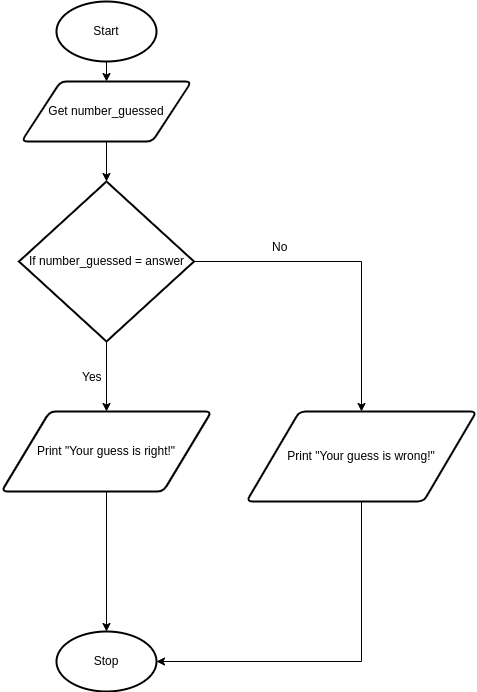
Yiyun-Qin/ICS3U-Unit3-02-Python keeps this draw.io diagram as design.number_guess.flowchart.png. Above is the earlier version. Source tidied: cells renumbered, new cells last; positions are measured from the earlier drawing's top-left corner, leaving out a move shared by most shapes.
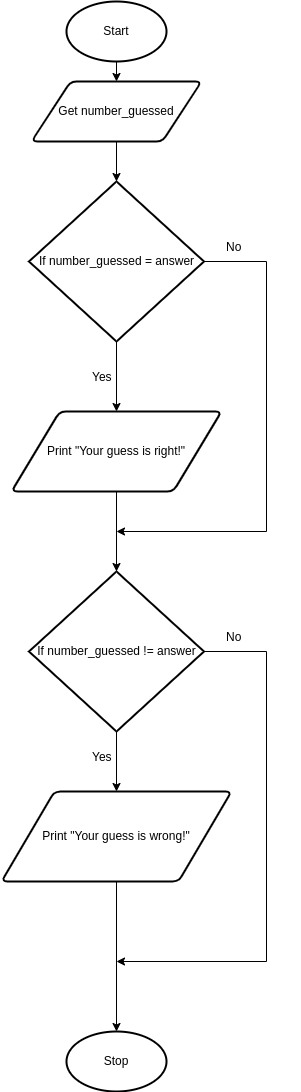
After the commit.

Commit message:
number guess int new flowchart

The edit, as a diff of the source:
```diff
@@ -14,35 +14,62 @@
     <mxCell id="5" value="Get number_guessed" style="shape=parallelogram;html=1;strokeWidth=2;perimeter=parallelogramPerimeter;whiteSpace=wrap;rounded=1;arcSize=12;size=0.23;" parent="1" vertex="1">
       <mxGeometry x="20" y="80" width="170" height="60" as="geometry" />
     </mxCell>
-    <mxCell id="6" style="edgeStyle=none;html=1;exitX=0.5;exitY=1;exitDx=0;exitDy=0;entryX=0.5;entryY=0;entryDx=0;entryDy=0;entryPerimeter=0;" parent="1" edge="1" source="7" target="8">
-      <mxGeometry relative="1" as="geometry" />
-    </mxCell>
+    <mxCell id="16" style="edgeStyle=none;html=1;exitX=0.5;exitY=1;exitDx=0;exitDy=0;entryX=0.5;entryY=0;entryDx=0;entryDy=0;entryPerimeter=0;" parent="1" edge="1" source="7" target="20">
+      <mxGeometry relative="1" as="geometry" />
+    </mxCell>
     <mxCell id="7" value="Print &quot;Your guess is right!&quot;" style="shape=parallelogram;html=1;strokeWidth=2;perimeter=parallelogramPerimeter;whiteSpace=wrap;rounded=1;arcSize=12;size=0.23;" parent="1" vertex="1">
       <mxGeometry y="410" width="210" height="80" as="geometry" />
     </mxCell>
     <mxCell id="8" value="Stop" style="strokeWidth=2;html=1;shape=mxgraph.flowchart.start_1;whiteSpace=wrap;" parent="1" vertex="1">
-      <mxGeometry x="55" y="630" width="100" height="60" as="geometry" />
+      <mxGeometry x="55" y="1030" width="100" height="60" as="geometry" />
     </mxCell>
     <mxCell id="9" style="edgeStyle=none;html=1;exitX=0.5;exitY=1;exitDx=0;exitDy=0;exitPerimeter=0;entryX=0.5;entryY=0;entryDx=0;entryDy=0;" parent="1" edge="1" source="11" target="7">
       <mxGeometry relative="1" as="geometry" />
     </mxCell>
-    <mxCell id="10" style="edgeStyle=orthogonalEdgeStyle;html=1;exitX=1;exitY=0.5;exitDx=0;exitDy=0;exitPerimeter=0;entryX=0.5;entryY=0;entryDx=0;entryDy=0;rounded=0;" parent="1" edge="1" source="11" target="14">
-      <mxGeometry relative="1" as="geometry" />
-    </mxCell>
+    <mxCell id="17" style="edgeStyle=orthogonalEdgeStyle;html=1;exitX=1;exitY=0.5;exitDx=0;exitDy=0;exitPerimeter=0;rounded=0;" parent="1" edge="1" source="11">
+      <mxGeometry relative="1" as="geometry">
+        <mxPoint x="105" y="530" as="targetPoint" />
+        <Array as="points">
+          <mxPoint x="255" y="260" />
+          <mxPoint x="255" y="530" />
+        </Array>
+      </mxGeometry>
+    </mxCell>
     <mxCell id="11" value="If number_guessed = answer" style="strokeWidth=2;html=1;shape=mxgraph.flowchart.decision;whiteSpace=wrap;" parent="1" vertex="1">
       <mxGeometry x="17.5" y="180" width="175" height="160" as="geometry" />
     </mxCell>
     <mxCell id="12" value="Yes" style="text;strokeColor=none;fillColor=none;align=left;verticalAlign=middle;spacingLeft=4;spacingRight=4;overflow=hidden;" parent="1" vertex="1">
       <mxGeometry x="75" y="360" width="37.5" height="30" as="geometry" />
     </mxCell>
-    <mxCell id="13" style="edgeStyle=orthogonalEdgeStyle;rounded=0;html=1;exitX=0.5;exitY=1;exitDx=0;exitDy=0;entryX=1;entryY=0.5;entryDx=0;entryDy=0;entryPerimeter=0;" parent="1" edge="1" source="14" target="8">
+    <mxCell id="13" style="edgeStyle=orthogonalEdgeStyle;rounded=0;html=1;exitX=0.5;exitY=1;exitDx=0;exitDy=0;entryX=0.5;entryY=0;entryDx=0;entryDy=0;entryPerimeter=0;" parent="1" edge="1" source="14" target="8">
       <mxGeometry relative="1" as="geometry" />
     </mxCell>
     <mxCell id="14" value="Print &quot;Your guess is wrong!&quot;" style="shape=parallelogram;html=1;strokeWidth=2;perimeter=parallelogramPerimeter;whiteSpace=wrap;rounded=1;arcSize=12;size=0.23;" parent="1" vertex="1">
-      <mxGeometry x="245" y="410" width="230" height="90" as="geometry" />
+      <mxGeometry x="-10" y="790" width="230" height="90" as="geometry" />
     </mxCell>
     <mxCell id="15" value="No" style="text;strokeColor=none;fillColor=none;align=left;verticalAlign=middle;spacingLeft=4;spacingRight=4;overflow=hidden;" parent="1" vertex="1">
-      <mxGeometry x="265" y="230" width="80" height="30" as="geometry" />
+      <mxGeometry x="209" y="230" width="80" height="30" as="geometry" />
     </mxCell>
+    <mxCell id="18" style="edgeStyle=orthogonalEdgeStyle;rounded=0;html=1;exitX=0.5;exitY=1;exitDx=0;exitDy=0;exitPerimeter=0;entryX=0.5;entryY=0;entryDx=0;entryDy=0;" parent="1" edge="1" source="20" target="14">
+      <mxGeometry relative="1" as="geometry" />
+    </mxCell>
+    <mxCell id="19" style="edgeStyle=orthogonalEdgeStyle;rounded=0;html=1;exitX=1;exitY=0.5;exitDx=0;exitDy=0;exitPerimeter=0;" parent="1" edge="1" source="20">
+      <mxGeometry relative="1" as="geometry">
+        <mxPoint x="105" y="960" as="targetPoint" />
+        <Array as="points">
+          <mxPoint x="255" y="650" />
+          <mxPoint x="255" y="960" />
+        </Array>
+      </mxGeometry>
+    </mxCell>
+    <mxCell id="20" value="If number_guessed != answer" style="strokeWidth=2;html=1;shape=mxgraph.flowchart.decision;whiteSpace=wrap;" parent="1" vertex="1">
+      <mxGeometry x="17.5" y="570" width="175" height="160" as="geometry" />
+    </mxCell>
+    <mxCell id="21" value="Yes" style="text;strokeColor=none;fillColor=none;align=left;verticalAlign=middle;spacingLeft=4;spacingRight=4;overflow=hidden;" parent="1" vertex="1">
+      <mxGeometry x="75" y="740" width="37.5" height="30" as="geometry" />
+    </mxCell>
+    <mxCell id="22" value="No" style="text;strokeColor=none;fillColor=none;align=left;verticalAlign=middle;spacingLeft=4;spacingRight=4;overflow=hidden;" parent="1" vertex="1">
+      <mxGeometry x="209" y="620" width="80" height="30" as="geometry" />
+    </mxCell>
   </root>
 </mxGraphModel>
```
